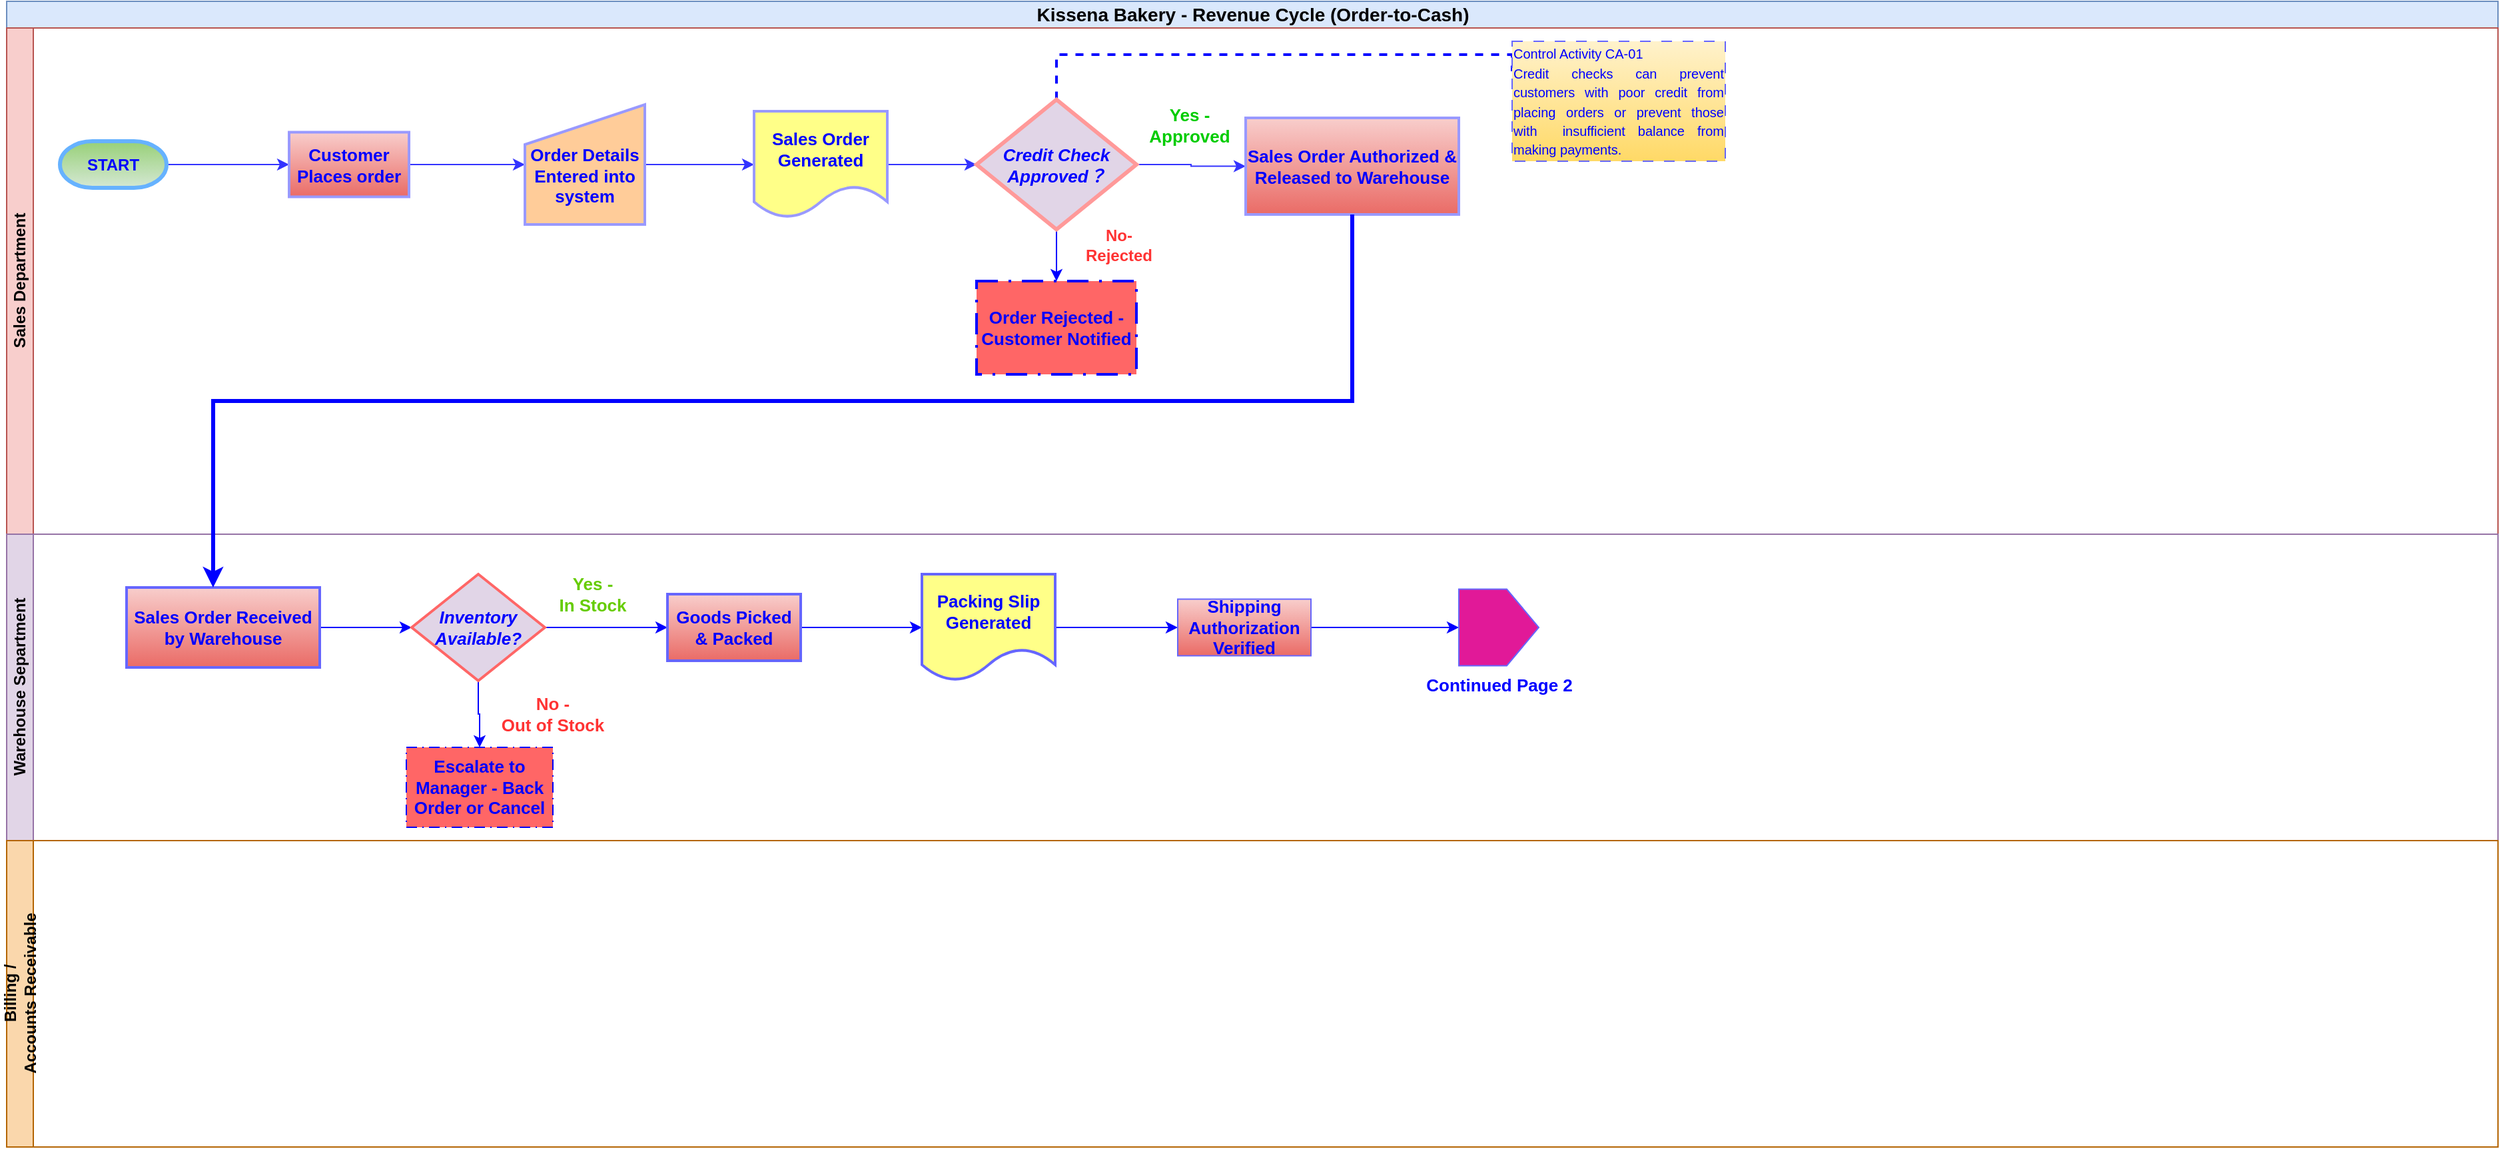
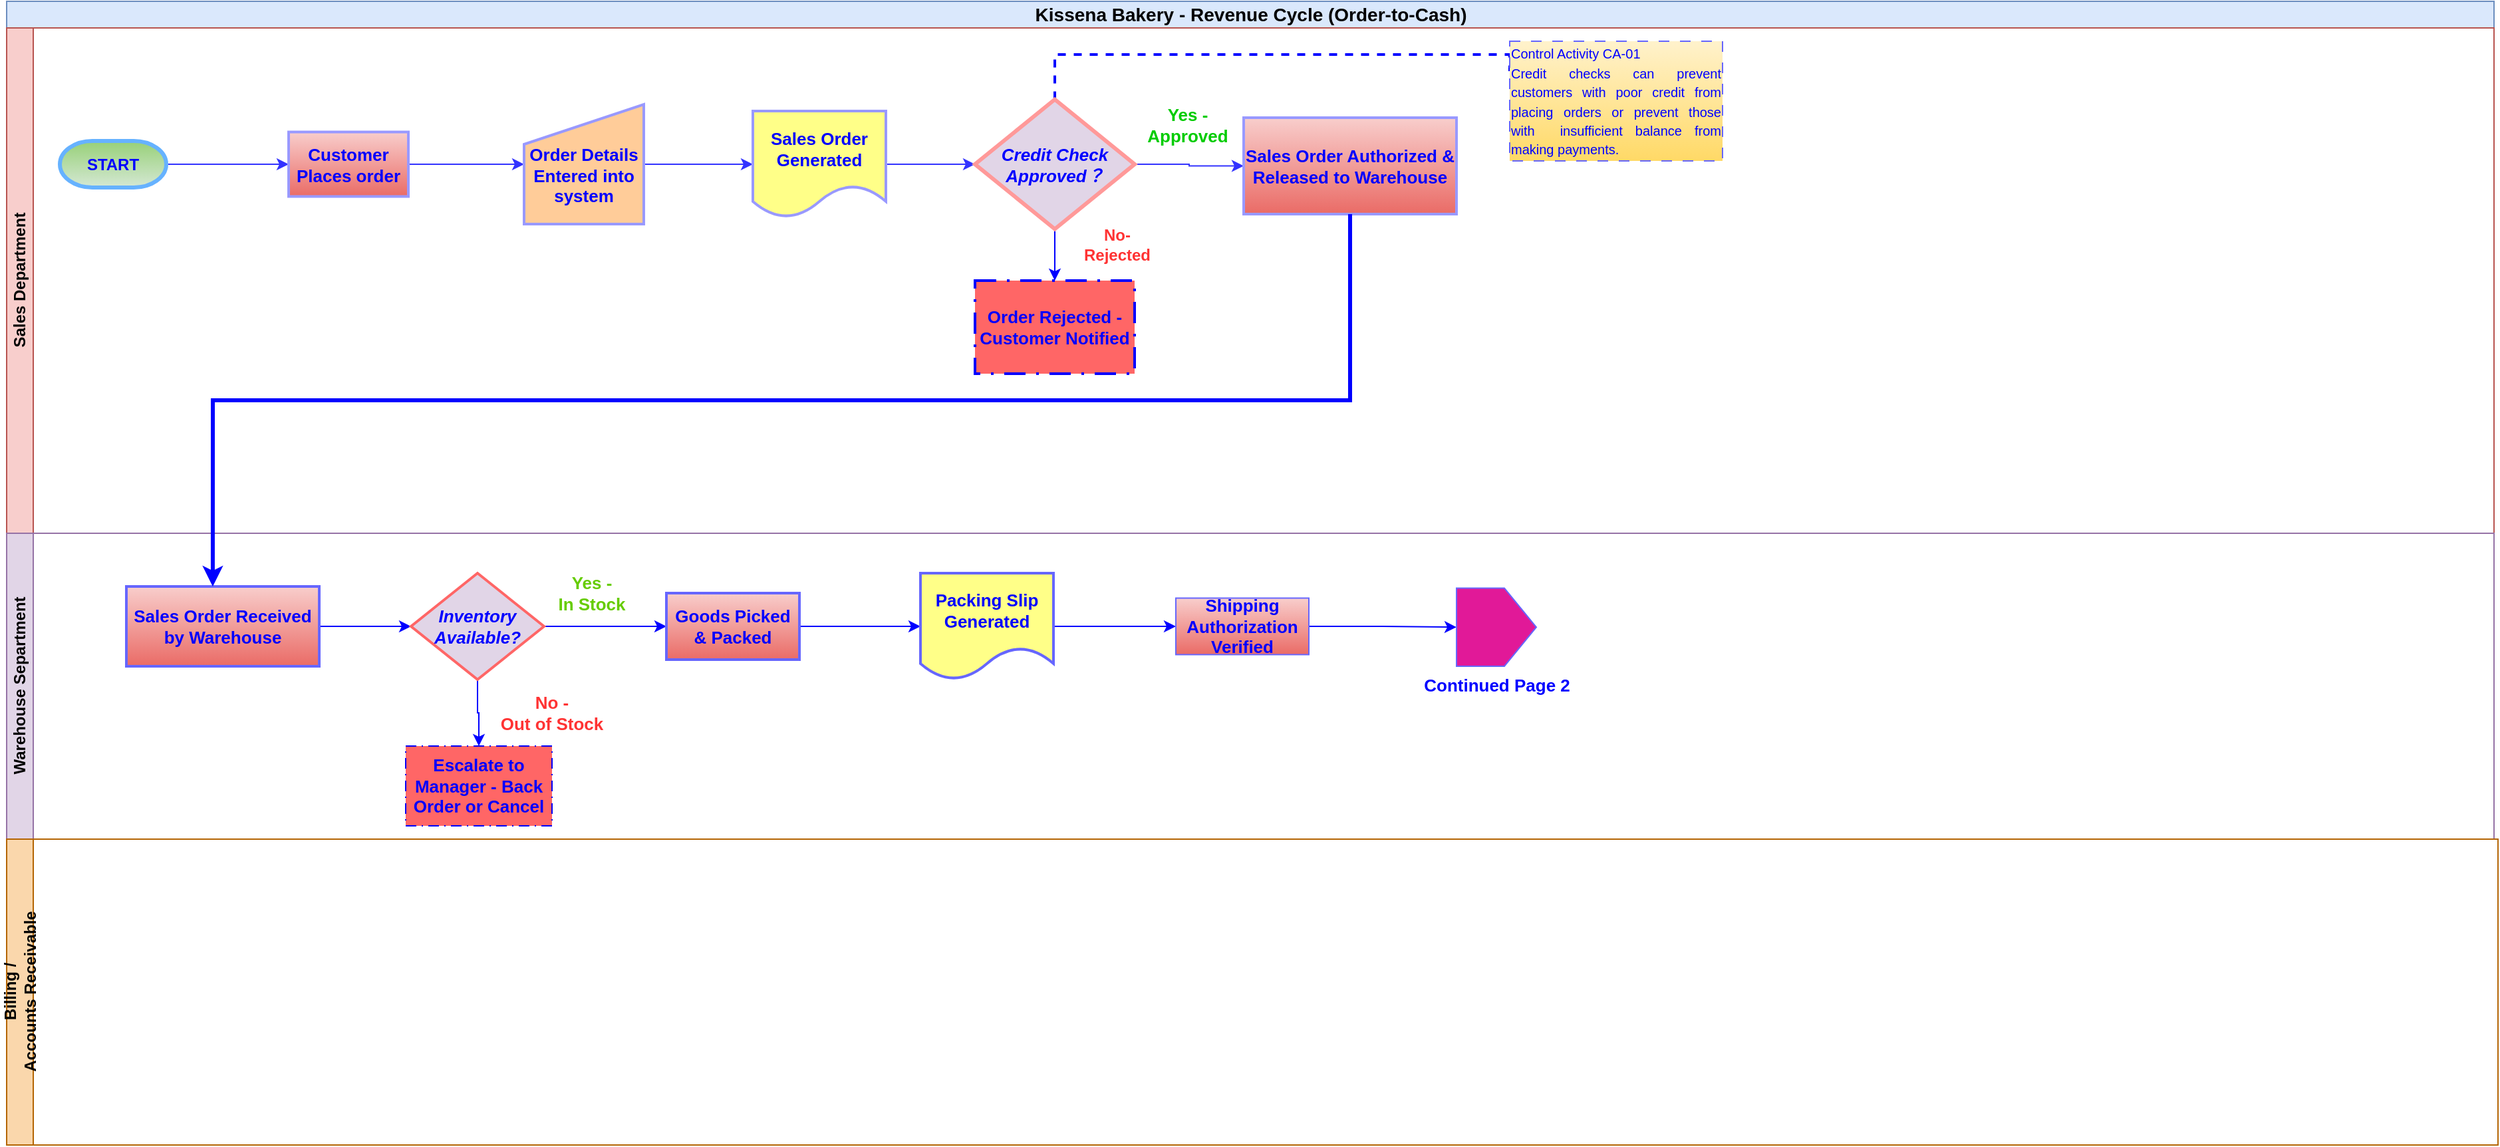
<mxfile host="app.diagrams.net" agent="Mozilla/5.0 (Windows NT 10.0; Win64; x64) AppleWebKit/537.36 (KHTML, like Gecko) Chrome/145.0.0.0 Safari/537.36" version="29.6.3" pages="2">
  <diagram name="Page-1" id="klMabU_GDppZGB9yFFRy">
    <mxGraphModel dx="2005" dy="1255" grid="1" gridSize="10" guides="1" tooltips="1" connect="1" arrows="1" fold="1" page="1" pageScale="1" pageWidth="1100" pageHeight="850" math="0" shadow="0">
      <root>
        <mxCell id="0" />
        <mxCell id="1" parent="0" />
        <mxCell id="0vQu63eh7_hz7IOFjZfk-1" parent="1" style="swimlane;childLayout=stackLayout;resizeParent=1;resizeParentMax=0;horizontal=1;startSize=20;horizontalStack=0;html=1;fillColor=#dae8fc;strokeColor=#6c8ebf;" value="&lt;div style=&quot;text-align: start;&quot;&gt;&lt;font style=&quot;font-size: 14px;&quot;&gt;Kissena Bakery - Revenue Cycle (Order-to-Cash)&lt;/font&gt;&lt;/div&gt;" vertex="1">
          <mxGeometry height="20" width="1870" x="80" y="30" as="geometry" />
        </mxCell>
        <mxCell id="0vQu63eh7_hz7IOFjZfk-2" parent="1" style="swimlane;startSize=20;horizontal=0;html=1;fillColor=#f8cecc;strokeColor=#b85450;" value="Sales Department" vertex="1">
          <mxGeometry height="380" width="1870" x="80" y="50" as="geometry">
            <mxRectangle height="30" width="610" y="20" as="alternateBounds" />
          </mxGeometry>
        </mxCell>
        <mxCell id="0vQu63eh7_hz7IOFjZfk-43" edge="1" parent="0vQu63eh7_hz7IOFjZfk-2" source="0vQu63eh7_hz7IOFjZfk-10" style="edgeStyle=orthogonalEdgeStyle;rounded=0;orthogonalLoop=1;jettySize=auto;html=1;exitX=0;exitY=0.5;exitDx=0;exitDy=0;exitPerimeter=0;entryX=0;entryY=0.5;entryDx=0;entryDy=0;strokeColor=#3333FF;" target="0vQu63eh7_hz7IOFjZfk-15">
          <mxGeometry relative="1" as="geometry" />
        </mxCell>
        <mxCell id="0vQu63eh7_hz7IOFjZfk-10" parent="0vQu63eh7_hz7IOFjZfk-2" style="strokeWidth=3;html=1;shape=mxgraph.flowchart.terminator;whiteSpace=wrap;direction=west;fillColor=#d5e8d4;gradientColor=#97d077;strokeColor=#66B2FF;" value="&lt;b&gt;&lt;font style=&quot;color: rgb(0, 0, 255);&quot;&gt;START&lt;/font&gt;&lt;/b&gt;" vertex="1">
          <mxGeometry height="35" width="80" x="40" y="85" as="geometry" />
        </mxCell>
        <mxCell id="46-Umk2mzS9Czotzx1H9-2" edge="1" parent="0vQu63eh7_hz7IOFjZfk-2" source="0vQu63eh7_hz7IOFjZfk-15" style="edgeStyle=orthogonalEdgeStyle;rounded=0;orthogonalLoop=1;jettySize=auto;html=1;exitX=1;exitY=0.5;exitDx=0;exitDy=0;entryX=0;entryY=0.5;entryDx=0;entryDy=0;strokeColor=#3333FF;" target="0vQu63eh7_hz7IOFjZfk-20">
          <mxGeometry relative="1" as="geometry" />
        </mxCell>
        <mxCell id="0vQu63eh7_hz7IOFjZfk-15" parent="0vQu63eh7_hz7IOFjZfk-2" style="html=1;dashed=0;whiteSpace=wrap;strokeWidth=2;fillColor=#f8cecc;strokeColor=#9999FF;gradientColor=#ea6b66;" value="&lt;font style=&quot;font-size: 13px; color: rgb(0, 0, 255);&quot;&gt;&lt;b style=&quot;&quot;&gt;Customer Places order&lt;/b&gt;&lt;/font&gt;" vertex="1">
          <mxGeometry height="48.5" width="90" x="212" y="78.25" as="geometry" />
        </mxCell>
        <mxCell id="46-Umk2mzS9Czotzx1H9-3" edge="1" parent="0vQu63eh7_hz7IOFjZfk-2" source="0vQu63eh7_hz7IOFjZfk-20" style="edgeStyle=orthogonalEdgeStyle;rounded=0;orthogonalLoop=1;jettySize=auto;html=1;exitX=1;exitY=0.5;exitDx=0;exitDy=0;entryX=0;entryY=0.5;entryDx=0;entryDy=0;strokeColor=#3333FF;" target="0vQu63eh7_hz7IOFjZfk-30">
          <mxGeometry relative="1" as="geometry" />
        </mxCell>
        <mxCell id="0vQu63eh7_hz7IOFjZfk-20" parent="0vQu63eh7_hz7IOFjZfk-2" style="shape=manualInput;whiteSpace=wrap;html=1;align=center;fillColor=#ffcc99;strokeColor=#9999FF;strokeWidth=2;" value="&lt;div style=&quot;&quot;&gt;&lt;span style=&quot;background-color: transparent;&quot;&gt;&lt;b style=&quot;&quot;&gt;&lt;font style=&quot;font-size: 13px; color: rgb(0, 0, 255);&quot;&gt;&lt;br&gt;&lt;/font&gt;&lt;/b&gt;&lt;/span&gt;&lt;/div&gt;&lt;div style=&quot;&quot;&gt;&lt;span style=&quot;background-color: transparent;&quot;&gt;&lt;b style=&quot;&quot;&gt;&lt;font style=&quot;font-size: 13px; color: rgb(0, 0, 255);&quot;&gt;Order Details Entered into system&lt;/font&gt;&lt;/b&gt;&lt;/span&gt;&lt;/div&gt;" vertex="1">
          <mxGeometry height="90" width="90" x="389" y="57.5" as="geometry" />
        </mxCell>
        <mxCell id="0vQu63eh7_hz7IOFjZfk-35" edge="1" parent="0vQu63eh7_hz7IOFjZfk-2" style="edgeStyle=orthogonalEdgeStyle;rounded=0;orthogonalLoop=1;jettySize=auto;html=1;exitX=0;exitY=0.5;exitDx=0;exitDy=0;">
          <mxGeometry relative="1" as="geometry">
            <mxPoint x="410" y="105" as="sourcePoint" />
            <mxPoint x="410" y="105" as="targetPoint" />
          </mxGeometry>
        </mxCell>
        <mxCell id="46-Umk2mzS9Czotzx1H9-4" edge="1" parent="0vQu63eh7_hz7IOFjZfk-2" source="0vQu63eh7_hz7IOFjZfk-30" style="edgeStyle=orthogonalEdgeStyle;rounded=0;orthogonalLoop=1;jettySize=auto;html=1;exitX=1;exitY=0.5;exitDx=0;exitDy=0;entryX=0;entryY=0.5;entryDx=0;entryDy=0;strokeColor=#3333FF;" target="0vQu63eh7_hz7IOFjZfk-34">
          <mxGeometry relative="1" as="geometry" />
        </mxCell>
        <mxCell id="0vQu63eh7_hz7IOFjZfk-30" parent="0vQu63eh7_hz7IOFjZfk-2" style="shape=document;whiteSpace=wrap;html=1;boundedLbl=1;strokeWidth=2;fillColor=#ffff88;strokeColor=#9999FF;" value="&lt;font style=&quot;font-size: 13px; color: rgb(0, 0, 255);&quot;&gt;&lt;b&gt;Sales Order Generated&lt;/b&gt;&lt;/font&gt;" vertex="1">
          <mxGeometry height="80" width="100" x="561" y="62.5" as="geometry" />
        </mxCell>
        <mxCell id="pGH0SQg9JUakCyH8bkGQ-28" edge="1" parent="0vQu63eh7_hz7IOFjZfk-2" source="0vQu63eh7_hz7IOFjZfk-34" style="edgeStyle=orthogonalEdgeStyle;rounded=0;orthogonalLoop=1;jettySize=auto;html=1;exitX=0.5;exitY=0;exitDx=0;exitDy=0;entryX=0;entryY=0.25;entryDx=0;entryDy=0;endArrow=none;endFill=0;dashed=1;strokeWidth=2;strokeColor=#0000FF;" target="pGH0SQg9JUakCyH8bkGQ-23">
          <mxGeometry relative="1" as="geometry">
            <Array as="points">
              <mxPoint x="788" y="20" />
              <mxPoint x="1130" y="20" />
            </Array>
          </mxGeometry>
        </mxCell>
        <mxCell id="DywWvH4VDf4e1SjyT3sU-2" edge="1" parent="0vQu63eh7_hz7IOFjZfk-2" source="0vQu63eh7_hz7IOFjZfk-34" style="edgeStyle=orthogonalEdgeStyle;rounded=0;orthogonalLoop=1;jettySize=auto;html=1;exitX=0.5;exitY=1;exitDx=0;exitDy=0;entryX=0.5;entryY=0;entryDx=0;entryDy=0;strokeColor=#0000FF;" target="0vQu63eh7_hz7IOFjZfk-65">
          <mxGeometry relative="1" as="geometry" />
        </mxCell>
        <mxCell id="46-Umk2mzS9Czotzx1H9-5" edge="1" parent="0vQu63eh7_hz7IOFjZfk-2" source="0vQu63eh7_hz7IOFjZfk-34" style="edgeStyle=orthogonalEdgeStyle;rounded=0;orthogonalLoop=1;jettySize=auto;html=1;exitX=1;exitY=0.5;exitDx=0;exitDy=0;entryX=0;entryY=0.5;entryDx=0;entryDy=0;strokeColor=#3333FF;" target="0vQu63eh7_hz7IOFjZfk-67">
          <mxGeometry relative="1" as="geometry" />
        </mxCell>
        <mxCell id="0vQu63eh7_hz7IOFjZfk-34" parent="0vQu63eh7_hz7IOFjZfk-2" style="rhombus;whiteSpace=wrap;html=1;fillColor=#e1d5e7;strokeColor=#FF9999;strokeWidth=3;" value="&lt;font style=&quot;font-size: 13px; color: rgb(0, 0, 255);&quot;&gt;&lt;b&gt;&lt;i&gt;Credit Check Approved？&lt;/i&gt;&lt;/b&gt;&lt;/font&gt;" vertex="1">
          <mxGeometry height="97.5" width="120" x="728" y="53.75" as="geometry" />
        </mxCell>
        <mxCell id="0vQu63eh7_hz7IOFjZfk-60" parent="0vQu63eh7_hz7IOFjZfk-2" style="text;html=1;whiteSpace=wrap;strokeColor=none;fillColor=none;align=center;verticalAlign=middle;rounded=0;fontColor=#00CC00;" value="&lt;font style=&quot;font-size: 13px;&quot;&gt;&lt;b style=&quot;&quot;&gt;Yes - Approved&lt;/b&gt;&lt;/font&gt;" vertex="1">
          <mxGeometry height="30" width="80" x="848" y="57.5" as="geometry" />
        </mxCell>
        <mxCell id="0vQu63eh7_hz7IOFjZfk-65" parent="0vQu63eh7_hz7IOFjZfk-2" style="html=1;dashed=1;whiteSpace=wrap;strokeWidth=2;fillColor=light-dark(#FF6666,#FF3333);strokeColor=#0000FF;fontColor=#ffffff;fontStyle=1;dashPattern=8 4 1 4;" value="&lt;font style=&quot;font-size: 13px; color: rgb(0, 0, 255);&quot;&gt;Order Rejected - Customer Notified&lt;/font&gt;" vertex="1">
          <mxGeometry height="70" width="120" x="728" y="190" as="geometry" />
        </mxCell>
        <mxCell id="0vQu63eh7_hz7IOFjZfk-67" parent="0vQu63eh7_hz7IOFjZfk-2" style="html=1;dashed=0;whiteSpace=wrap;fillColor=#f8cecc;gradientColor=#ea6b66;strokeColor=#9999FF;strokeWidth=2;" value="&lt;font style=&quot;font-size: 13px; color: rgb(0, 0, 255);&quot;&gt;&lt;b&gt;Sales Order Authorized &amp;amp; Released to Warehouse&lt;/b&gt;&lt;/font&gt;" vertex="1">
          <mxGeometry height="72.5" width="160" x="930" y="67.5" as="geometry" />
        </mxCell>
        <mxCell id="pGH0SQg9JUakCyH8bkGQ-23" parent="0vQu63eh7_hz7IOFjZfk-2" style="html=1;dashed=1;whiteSpace=wrap;dashPattern=8 8;fillColor=#fff2cc;gradientColor=#ffd966;strokeColor=light-dark(#6666FF,#6D5100);strokeWidth=1;" value="&lt;div style=&quot;text-align: justify;&quot;&gt;&lt;span style=&quot;font-size: 10px; background-color: transparent;&quot;&gt;&lt;font style=&quot;color: rgb(0, 0, 255);&quot;&gt;Control Activity&amp;nbsp;CA-01&lt;/font&gt;&lt;/span&gt;&lt;/div&gt;&lt;font style=&quot;color: rgb(0, 0, 255);&quot;&gt;&lt;div style=&quot;text-align: justify;&quot;&gt;&lt;span style=&quot;font-size: 10px; background-color: transparent;&quot;&gt;Credit checks can prevent customers with poor credit from placing orders or prevent those with&amp;nbsp; insufficient balance from making payments.&lt;/span&gt;&lt;/div&gt;&lt;/font&gt;" vertex="1">
          <mxGeometry height="90" width="160" x="1130" y="10" as="geometry" />
        </mxCell>
        <mxCell id="DywWvH4VDf4e1SjyT3sU-3" parent="0vQu63eh7_hz7IOFjZfk-2" style="text;html=1;whiteSpace=wrap;strokeColor=none;fillColor=none;align=center;verticalAlign=middle;rounded=0;fontSize=12;fontStyle=1;fontColor=#FF3333;" value="&lt;span&gt;&lt;font style=&quot;&quot;&gt;No-Rejected&lt;/font&gt;&lt;/span&gt;" vertex="1">
          <mxGeometry height="30" width="70" x="800" y="147.5" as="geometry" />
        </mxCell>
        <mxCell id="0vQu63eh7_hz7IOFjZfk-3" parent="1" style="swimlane;startSize=20;horizontal=0;html=1;fillColor=#e1d5e7;strokeColor=#9673a6;" value="Warehouse Separtment" vertex="1">
          <mxGeometry height="230" width="1870" x="80" y="430" as="geometry" />
        </mxCell>
        <mxCell id="pGH0SQg9JUakCyH8bkGQ-32" edge="1" parent="0vQu63eh7_hz7IOFjZfk-3" source="0vQu63eh7_hz7IOFjZfk-73" style="edgeStyle=orthogonalEdgeStyle;rounded=0;orthogonalLoop=1;jettySize=auto;html=1;exitX=1;exitY=0.5;exitDx=0;exitDy=0;entryX=0;entryY=0.5;entryDx=0;entryDy=0;strokeColor=#0000FF;" target="0vQu63eh7_hz7IOFjZfk-92">
          <mxGeometry relative="1" as="geometry" />
        </mxCell>
        <mxCell id="0vQu63eh7_hz7IOFjZfk-73" parent="0vQu63eh7_hz7IOFjZfk-3" style="html=1;dashed=0;whiteSpace=wrap;fillColor=#f8cecc;gradientColor=#ea6b66;strokeColor=#6666FF;strokeWidth=2;" value="&lt;font style=&quot;font-size: 13px; color: rgb(0, 0, 255);&quot;&gt;&lt;b&gt;Sales Order Received by Warehouse&lt;/b&gt;&lt;/font&gt;" vertex="1">
          <mxGeometry height="60" width="145" x="90" y="40" as="geometry" />
        </mxCell>
        <mxCell id="pGH0SQg9JUakCyH8bkGQ-31" edge="1" parent="0vQu63eh7_hz7IOFjZfk-3" source="0vQu63eh7_hz7IOFjZfk-92" style="edgeStyle=orthogonalEdgeStyle;rounded=0;orthogonalLoop=1;jettySize=auto;html=1;exitX=1;exitY=0.5;exitDx=0;exitDy=0;entryX=0;entryY=0.5;entryDx=0;entryDy=0;strokeColor=#0000FF;" target="0vQu63eh7_hz7IOFjZfk-106">
          <mxGeometry relative="1" as="geometry" />
        </mxCell>
        <mxCell id="pGH0SQg9JUakCyH8bkGQ-34" edge="1" parent="0vQu63eh7_hz7IOFjZfk-3" source="0vQu63eh7_hz7IOFjZfk-92" style="edgeStyle=orthogonalEdgeStyle;rounded=0;orthogonalLoop=1;jettySize=auto;html=1;exitX=0.5;exitY=1;exitDx=0;exitDy=0;entryX=0.5;entryY=0;entryDx=0;entryDy=0;strokeColor=#0000FF;" target="0vQu63eh7_hz7IOFjZfk-96">
          <mxGeometry relative="1" as="geometry" />
        </mxCell>
        <mxCell id="0vQu63eh7_hz7IOFjZfk-92" parent="0vQu63eh7_hz7IOFjZfk-3" style="rhombus;whiteSpace=wrap;html=1;fillColor=#e1d5e7;strokeColor=light-dark(#FF6666,#FF3333);strokeWidth=2;" value="&lt;font style=&quot;font-size: 13px; color: rgb(0, 0, 255);&quot;&gt;&lt;b&gt;&lt;i&gt;Inventory Available?&lt;/i&gt;&lt;/b&gt;&lt;/font&gt;" vertex="1">
          <mxGeometry height="80" width="100" x="304" y="30" as="geometry" />
        </mxCell>
        <mxCell id="0vQu63eh7_hz7IOFjZfk-96" parent="0vQu63eh7_hz7IOFjZfk-3" style="html=1;dashed=1;whiteSpace=wrap;fillColor=#FF6666;strokeColor=#0000FF;fontColor=#ffffff;dashPattern=8 4 1 4;" value="&lt;b&gt;&lt;font style=&quot;font-size: 13px; color: rgb(0, 0, 255);&quot;&gt;Escalate to Manager - Back Order or Cancel&lt;/font&gt;&lt;/b&gt;" vertex="1">
          <mxGeometry height="60" width="110" x="300" y="160" as="geometry" />
        </mxCell>
        <mxCell id="46-Umk2mzS9Czotzx1H9-6" edge="1" parent="0vQu63eh7_hz7IOFjZfk-3" source="0vQu63eh7_hz7IOFjZfk-106" style="edgeStyle=orthogonalEdgeStyle;rounded=0;orthogonalLoop=1;jettySize=auto;html=1;exitX=1;exitY=0.5;exitDx=0;exitDy=0;entryX=0;entryY=0.5;entryDx=0;entryDy=0;strokeColor=#0000FF;" target="0vQu63eh7_hz7IOFjZfk-110">
          <mxGeometry relative="1" as="geometry" />
        </mxCell>
        <mxCell id="0vQu63eh7_hz7IOFjZfk-106" parent="0vQu63eh7_hz7IOFjZfk-3" style="html=1;dashed=0;whiteSpace=wrap;strokeWidth=2;fillColor=#f8cecc;gradientColor=#ea6b66;strokeColor=#6666FF;" value="&lt;font style=&quot;font-size: 13px; color: rgb(0, 0, 255);&quot;&gt;&lt;b&gt;Goods Picked &amp;amp; Packed&lt;/b&gt;&lt;/font&gt;" vertex="1">
          <mxGeometry height="50" width="100" x="496" y="45" as="geometry" />
        </mxCell>
        <mxCell id="46-Umk2mzS9Czotzx1H9-8" edge="1" parent="0vQu63eh7_hz7IOFjZfk-3" source="0vQu63eh7_hz7IOFjZfk-110" style="edgeStyle=orthogonalEdgeStyle;rounded=0;orthogonalLoop=1;jettySize=auto;html=1;exitX=1;exitY=0.5;exitDx=0;exitDy=0;entryX=0;entryY=0.5;entryDx=0;entryDy=0;strokeColor=#0000FF;" target="0vQu63eh7_hz7IOFjZfk-112">
          <mxGeometry relative="1" as="geometry" />
        </mxCell>
        <mxCell id="0vQu63eh7_hz7IOFjZfk-110" parent="0vQu63eh7_hz7IOFjZfk-3" style="shape=document;whiteSpace=wrap;html=1;boundedLbl=1;strokeWidth=2;fillColor=#ffff88;strokeColor=#6666FF;" value="&lt;font style=&quot;font-size: 13px; color: rgb(0, 0, 255);&quot;&gt;&lt;b&gt;Packing Slip Generated&lt;/b&gt;&lt;/font&gt;" vertex="1">
          <mxGeometry height="80" width="100" x="687" y="30" as="geometry" />
        </mxCell>
        <mxCell id="46-Umk2mzS9Czotzx1H9-9" edge="1" parent="0vQu63eh7_hz7IOFjZfk-3" source="0vQu63eh7_hz7IOFjZfk-112" style="edgeStyle=orthogonalEdgeStyle;rounded=0;orthogonalLoop=1;jettySize=auto;html=1;exitX=1;exitY=0.5;exitDx=0;exitDy=0;entryX=0.5;entryY=0;entryDx=0;entryDy=0;strokeColor=#0000FF;" target="0vQu63eh7_hz7IOFjZfk-126">
          <mxGeometry relative="1" as="geometry" />
        </mxCell>
        <mxCell id="0vQu63eh7_hz7IOFjZfk-112" parent="0vQu63eh7_hz7IOFjZfk-3" style="html=1;dashed=0;whiteSpace=wrap;strokeColor=#6666FF;fillColor=#f8cecc;gradientColor=#ea6b66;fontStyle=1" value="&lt;font style=&quot;font-size: 13px; color: rgb(0, 0, 255);&quot;&gt;Shipping Authorization Verified&lt;/font&gt;" vertex="1">
          <mxGeometry height="42.5" width="100" x="879" y="48.75" as="geometry" />
        </mxCell>
        <mxCell id="0vQu63eh7_hz7IOFjZfk-98" parent="0vQu63eh7_hz7IOFjZfk-3" style="text;html=1;whiteSpace=wrap;strokeColor=none;fillColor=none;align=center;verticalAlign=middle;rounded=0;fontColor=#FF3333;" value="&lt;font style=&quot;font-size: 13px;&quot;&gt;&lt;b&gt;No - &lt;br&gt;Out of Stock&lt;/b&gt;&lt;/font&gt;" vertex="1">
          <mxGeometry height="30" width="80" x="370" y="120" as="geometry" />
        </mxCell>
        <mxCell id="0vQu63eh7_hz7IOFjZfk-126" parent="0vQu63eh7_hz7IOFjZfk-3" style="verticalLabelPosition=bottom;verticalAlign=top;html=1;shape=offPageConnector;rounded=0;size=0.4;fillColor=light-dark(#e11998, #ededed);direction=north;strokeColor=#6666FF;" value="&lt;font style=&quot;font-size: 13px; color: rgb(0, 0, 255);&quot;&gt;&lt;b&gt;Continued Page 2&lt;/b&gt;&lt;/font&gt;" vertex="1">
-           <mxGeometry height="57.5" width="60" x="1090" y="41.25" as="geometry" />
+           <mxGeometry height="58.75" width="60" x="1090" y="41.25" as="geometry" />
        </mxCell>
        <mxCell id="0vQu63eh7_hz7IOFjZfk-86" edge="1" parent="1" source="0vQu63eh7_hz7IOFjZfk-67" style="edgeStyle=orthogonalEdgeStyle;rounded=0;orthogonalLoop=1;jettySize=auto;html=1;exitX=0.5;exitY=1;exitDx=0;exitDy=0;entryX=0.448;entryY=0;entryDx=0;entryDy=0;entryPerimeter=0;fontColor=#0000CC;strokeColor=#0000FF;strokeWidth=3;" target="0vQu63eh7_hz7IOFjZfk-73">
          <mxGeometry relative="1" as="geometry">
            <Array as="points">
              <mxPoint x="1090" y="330" />
              <mxPoint x="235" y="330" />
            </Array>
          </mxGeometry>
        </mxCell>
        <mxCell id="0vQu63eh7_hz7IOFjZfk-4" parent="1" style="swimlane;startSize=20;horizontal=0;html=1;fillColor=#fad7ac;strokeColor=#b46504;" value="Billing /&lt;br&gt;Accounts Receivable" vertex="1">
-           <mxGeometry height="230" width="1870" x="80" y="660" as="geometry">
+           <mxGeometry height="230" width="1873" x="80" y="660" as="geometry">
            <mxRectangle height="30" width="500" y="310" as="alternateBounds" />
          </mxGeometry>
        </mxCell>
        <mxCell id="46-Umk2mzS9Czotzx1H9-12" parent="1" style="text;html=1;whiteSpace=wrap;strokeColor=none;fillColor=none;align=center;verticalAlign=middle;rounded=0;" value="&lt;b style=&quot;color: rgb(102, 204, 0);&quot;&gt;&lt;font style=&quot;font-size: 13px;&quot;&gt;Yes -&lt;br&gt;In Stock&lt;/font&gt;&lt;/b&gt;" vertex="1">
          <mxGeometry height="30" width="80" x="480" y="460" as="geometry" />
        </mxCell>
      </root>
    </mxGraphModel>
  </diagram>
  <diagram id="ZDdy4ylPSpOC2Ge6VpiW" name="Page-2">
    <mxGraphModel dx="1103" dy="690" grid="1" gridSize="10" guides="1" tooltips="1" connect="1" arrows="1" fold="1" page="1" pageScale="1" pageWidth="1100" pageHeight="850" math="0" shadow="0">
      <root>
        <mxCell id="0" />
        <mxCell id="1" parent="0" />
        <mxCell id="_GW_QHAqRueJzuYdTQVs-1" parent="1" style="swimlane;startSize=20;horizontal=0;html=1;fillColor=#e1d5e7;strokeColor=#9673a6;" value="Warehouse Separtment" vertex="1">
          <mxGeometry height="270" width="1330" x="110" y="150" as="geometry" />
        </mxCell>
        <mxCell id="NPzT6j0T7aDQ1cg_r_by-1" edge="1" parent="_GW_QHAqRueJzuYdTQVs-1" source="_GW_QHAqRueJzuYdTQVs-14" style="edgeStyle=orthogonalEdgeStyle;rounded=0;orthogonalLoop=1;jettySize=auto;html=1;exitX=0.5;exitY=1;exitDx=0;exitDy=0;entryX=0;entryY=0.5;entryDx=0;entryDy=0;strokeColor=#0000FF;" target="JTW380UVqBL9k5zzlviH-1">
          <mxGeometry relative="1" as="geometry" />
        </mxCell>
        <mxCell id="_GW_QHAqRueJzuYdTQVs-14" parent="_GW_QHAqRueJzuYdTQVs-1" style="verticalLabelPosition=bottom;verticalAlign=top;html=1;shape=offPageConnector;rounded=0;size=0.36363636363636365;fillColor=light-dark(#e11998, #ededed);direction=north;strokeColor=#6666FF;" value="&lt;font style=&quot;font-size: 13px; color: rgb(0, 0, 255);&quot;&gt;&lt;b&gt;Continued Page 2&lt;/b&gt;&lt;/font&gt;" vertex="1">
          <mxGeometry height="60" width="70" x="70" y="70" as="geometry" />
        </mxCell>
        <mxCell id="JTW380UVqBL9k5zzlviH-1" parent="_GW_QHAqRueJzuYdTQVs-1" style="html=1;dashed=0;whiteSpace=wrap;fillColor=#f8cecc;gradientColor=#ea6b66;strokeColor=#6666FF;" value="&lt;font style=&quot;font-size: 13px; color: rgb(0, 0, 255);&quot;&gt;&lt;b&gt;Goods Dispatched to Customer&lt;/b&gt;&lt;/font&gt;" vertex="1">
          <mxGeometry height="50" width="100" x="220" y="75" as="geometry" />
        </mxCell>
        <mxCell id="VSqCA1LAcqbEIX1a-AIG-1" parent="1" style="swimlane;startSize=20;horizontal=0;html=1;whiteSpace=wrap;fillColor=#ffcc99;strokeColor=#36393d;" value="&lt;span style=&quot;text-wrap-mode: nowrap;&quot;&gt;Billing /&lt;/span&gt;&lt;br style=&quot;text-wrap-mode: nowrap;&quot;&gt;&lt;span style=&quot;text-wrap-mode: nowrap;&quot;&gt;Accounts Receivable&lt;/span&gt;" vertex="1">
          <mxGeometry height="170" width="1330" x="110" y="420" as="geometry" />
        </mxCell>
        <mxCell id="KsxiR5SY5I83CpnIQ7mC-4" edge="1" parent="VSqCA1LAcqbEIX1a-AIG-1" source="2IOCe_ZcG10jMQKezpJ2-1" style="edgeStyle=orthogonalEdgeStyle;rounded=0;orthogonalLoop=1;jettySize=auto;html=1;exitX=1;exitY=0.5;exitDx=0;exitDy=0;entryX=0;entryY=0.5;entryDx=0;entryDy=0;strokeColor=#0000FF;" target="2IOCe_ZcG10jMQKezpJ2-2">
          <mxGeometry relative="1" as="geometry" />
        </mxCell>
        <mxCell id="2IOCe_ZcG10jMQKezpJ2-1" parent="VSqCA1LAcqbEIX1a-AIG-1" style="html=1;dashed=0;whiteSpace=wrap;strokeWidth=2;fillColor=#f8cecc;gradientColor=#ea6b66;strokeColor=#6666FF;" value="&lt;b&gt;&lt;font style=&quot;font-size: 13px; color: rgb(0, 0, 255);&quot;&gt;Dispatch Confirmation Received&lt;/font&gt;&lt;/b&gt;" vertex="1">
          <mxGeometry height="50" width="100" x="50" y="50" as="geometry" />
        </mxCell>
        <mxCell id="KsxiR5SY5I83CpnIQ7mC-5" edge="1" parent="VSqCA1LAcqbEIX1a-AIG-1" source="2IOCe_ZcG10jMQKezpJ2-2" style="edgeStyle=orthogonalEdgeStyle;rounded=0;orthogonalLoop=1;jettySize=auto;html=1;exitX=1;exitY=0.5;exitDx=0;exitDy=0;entryX=0;entryY=0.5;entryDx=0;entryDy=0;strokeColor=#0000FF;" target="dAGMuh-EUK1Y8pTE6-PC-2">
          <mxGeometry relative="1" as="geometry" />
        </mxCell>
        <mxCell id="2IOCe_ZcG10jMQKezpJ2-2" parent="VSqCA1LAcqbEIX1a-AIG-1" style="shape=document;whiteSpace=wrap;html=1;boundedLbl=1;fillColor=#ffff88;strokeColor=#6666FF;strokeWidth=2;" value="&lt;font style=&quot;font-size: 13px; color: rgb(0, 0, 255);&quot;&gt;&lt;b&gt;Invoice Generated &amp;amp; Sent to Customer&lt;/b&gt;&lt;/font&gt;" vertex="1">
          <mxGeometry height="80" width="120" x="229" y="35" as="geometry" />
        </mxCell>
        <mxCell id="KsxiR5SY5I83CpnIQ7mC-6" edge="1" parent="VSqCA1LAcqbEIX1a-AIG-1" source="dAGMuh-EUK1Y8pTE6-PC-2" style="edgeStyle=orthogonalEdgeStyle;rounded=0;orthogonalLoop=1;jettySize=auto;html=1;exitX=1;exitY=0.5;exitDx=0;exitDy=0;entryX=0;entryY=0.5;entryDx=0;entryDy=0;strokeColor=#0000FF;" target="dAGMuh-EUK1Y8pTE6-PC-4">
          <mxGeometry relative="1" as="geometry" />
        </mxCell>
        <mxCell id="dAGMuh-EUK1Y8pTE6-PC-2" parent="VSqCA1LAcqbEIX1a-AIG-1" style="html=1;dashed=0;whiteSpace=wrap;strokeWidth=2;fillColor=#f8cecc;gradientColor=#ea6b66;strokeColor=#6666FF;" value="&lt;b&gt;&lt;font style=&quot;font-size: 13px; color: rgb(0, 0, 255);&quot;&gt;Payment Received from Customer&lt;/font&gt;&lt;/b&gt;" vertex="1">
          <mxGeometry height="50" width="110" x="423" y="50" as="geometry" />
        </mxCell>
        <mxCell id="KsxiR5SY5I83CpnIQ7mC-8" edge="1" parent="VSqCA1LAcqbEIX1a-AIG-1" source="dAGMuh-EUK1Y8pTE6-PC-4" style="edgeStyle=orthogonalEdgeStyle;rounded=0;orthogonalLoop=1;jettySize=auto;html=1;exitX=1;exitY=0.5;exitDx=0;exitDy=0;entryX=0;entryY=0.5;entryDx=0;entryDy=0;strokeColor=#0000FF;" target="dAGMuh-EUK1Y8pTE6-PC-6">
          <mxGeometry relative="1" as="geometry" />
        </mxCell>
        <mxCell id="dAGMuh-EUK1Y8pTE6-PC-4" parent="VSqCA1LAcqbEIX1a-AIG-1" style="shape=document;whiteSpace=wrap;html=1;boundedLbl=1;fillColor=#ffff88;strokeColor=#6666FF;strokeWidth=2;" value="&lt;font style=&quot;font-size: 13px; color: rgb(0, 0, 255);&quot;&gt;&lt;b&gt;Remittance Advice Recorded&lt;/b&gt;&lt;/font&gt;" vertex="1">
          <mxGeometry height="75" width="110" x="611" y="37.5" as="geometry" />
        </mxCell>
        <mxCell id="dAGMuh-EUK1Y8pTE6-PC-6" parent="VSqCA1LAcqbEIX1a-AIG-1" style="html=1;dashed=0;whiteSpace=wrap;strokeWidth=2;fillColor=#f8cecc;gradientColor=#ea6b66;strokeColor=#6666FF;" value="&lt;b&gt;&lt;font style=&quot;font-size: 13px; color: rgb(0, 0, 255);&quot;&gt;Cash Posted to Accounts Receivable&lt;/font&gt;&lt;/b&gt;" vertex="1">
          <mxGeometry height="50" width="110" x="800" y="50" as="geometry" />
        </mxCell>
        <mxCell id="dAGMuh-EUK1Y8pTE6-PC-8" parent="VSqCA1LAcqbEIX1a-AIG-1" style="strokeWidth=2;html=1;shape=mxgraph.flowchart.terminator;whiteSpace=wrap;fillColor=#d5e8d4;gradientColor=#97d077;strokeColor=#66B2FF;" value="&lt;font style=&quot;font-size: 13px; color: rgb(0, 0, 255);&quot;&gt;&lt;b&gt;END&lt;/b&gt;&lt;/font&gt;" vertex="1">
          <mxGeometry height="45" width="90" x="980" y="50" as="geometry" />
        </mxCell>
        <mxCell id="KsxiR5SY5I83CpnIQ7mC-10" edge="1" parent="VSqCA1LAcqbEIX1a-AIG-1" source="dAGMuh-EUK1Y8pTE6-PC-6" style="edgeStyle=orthogonalEdgeStyle;rounded=0;orthogonalLoop=1;jettySize=auto;html=1;exitX=1;exitY=0.5;exitDx=0;exitDy=0;entryX=0.111;entryY=0.556;entryDx=0;entryDy=0;entryPerimeter=0;strokeColor=#0000FF;" target="dAGMuh-EUK1Y8pTE6-PC-8">
          <mxGeometry relative="1" as="geometry" />
        </mxCell>
        <mxCell id="dAGMuh-EUK1Y8pTE6-PC-10" edge="1" parent="1" source="JTW380UVqBL9k5zzlviH-1" style="edgeStyle=orthogonalEdgeStyle;rounded=0;orthogonalLoop=1;jettySize=auto;html=1;exitX=0.5;exitY=1;exitDx=0;exitDy=0;entryX=0.5;entryY=0;entryDx=0;entryDy=0;strokeColor=#0000FF;strokeWidth=3;" target="2IOCe_ZcG10jMQKezpJ2-1">
          <mxGeometry relative="1" as="geometry" />
        </mxCell>
      </root>
    </mxGraphModel>
  </diagram>
</mxfile>
